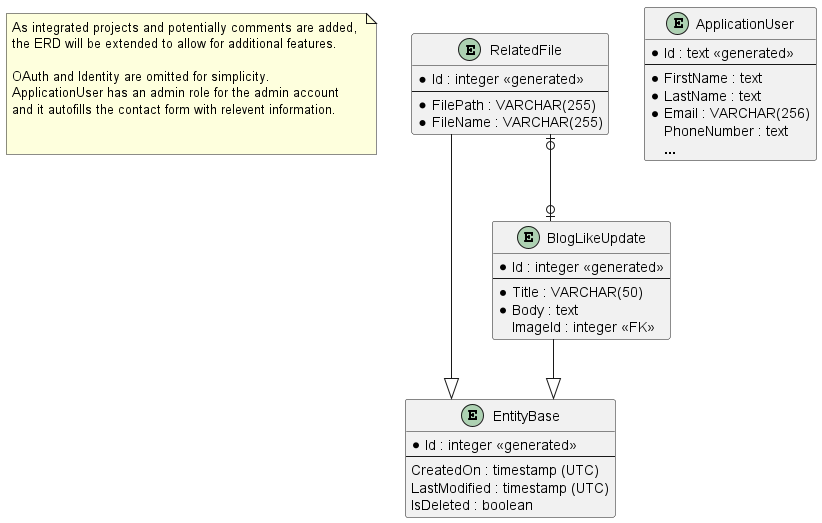
The PlantUML diagram Documentation/Diagrams/Backend__ERD.png in DevonXDal/Digital-Portfolio, before a commit. Source of this version:
```plantuml
@startuml Backend__ERD

note as n01
    As integrated projects and potentially comments are added,
    the ERD will be extended to allow for additional features.

    OAuth and Identity are omitted for simplicity.
    ApplicationUser has an admin role for the admin account
    and it autofills the contact form with relevent information.


end note


skinparam linetype ortho


entity "EntityBase" as e00 {
    * Id : integer <<generated>>
    --
    CreatedOn : timestamp (UTC)
    LastModified : timestamp (UTC)
    IsDeleted : boolean
}

entity "ApplicationUser" as e01 {
    * Id : text <<generated>>
    --
    * FirstName : text
    * LastName : text
    * Email : VARCHAR(256)
    PhoneNumber : text
    **...**
}

entity "RelatedFile" as e02 {
    * Id : integer <<generated>>
    --
    * FilePath : VARCHAR(255)
    * FileName : VARCHAR(255)
}

entity "BlogLikeUpdate" as e03 {
    * Id : integer <<generated>>
    --
    * Title : VARCHAR(50)
    * Body : text
    ImageId : integer <<FK>>
}


e02 --|> e00
e03 --|> e00

e02 |o--o| e03




@enduml
```
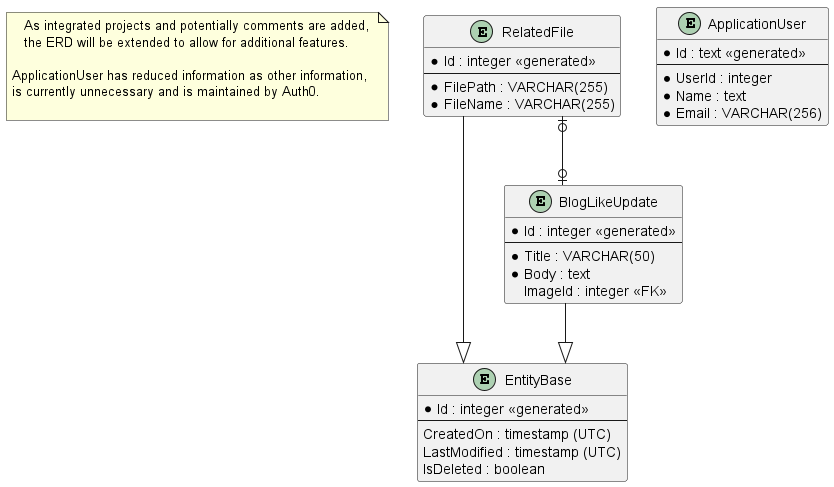
Later version of the same file.

Change to the diagram source:
```diff
@@ -4,10 +4,8 @@
     As integrated projects and potentially comments are added,
     the ERD will be extended to allow for additional features.
 
-    OAuth and Identity are omitted for simplicity.
-    ApplicationUser has an admin role for the admin account
-    and it autofills the contact form with relevent information.
-
+	ApplicationUser has reduced information as other information,
+	is currently unnecessary and is maintained by Auth0.
 
 end note
 
@@ -26,11 +24,9 @@
 entity "ApplicationUser" as e01 {
     * Id : text <<generated>>
     --
-    * FirstName : text
-    * LastName : text
+    * UserId : integer
+    * Name : text
     * Email : VARCHAR(256)
-    PhoneNumber : text
-    **...**
 }
 
 entity "RelatedFile" as e02 {
```
